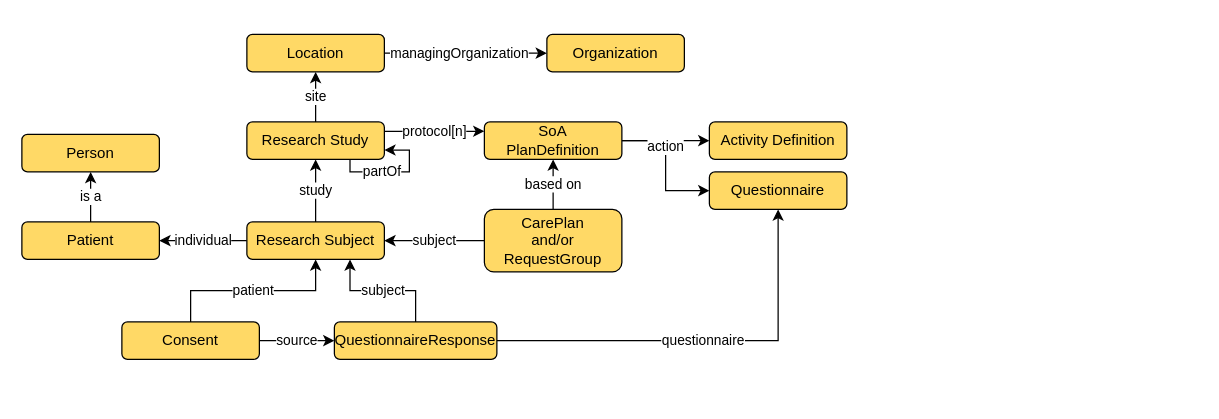
Above: input/models/OverView.drawio in alpivonka/FHIR-ClinicalTrial-Examples (draw.io), before the change. Source tidied: cells renumbered, new cells numbered last; positions are measured from the earlier drawing's top-left corner, leaving out a move shared by most shapes. Both pictures are drawn from the tidied source at 125%, with x=0, y=0 at pixel (21, 34).
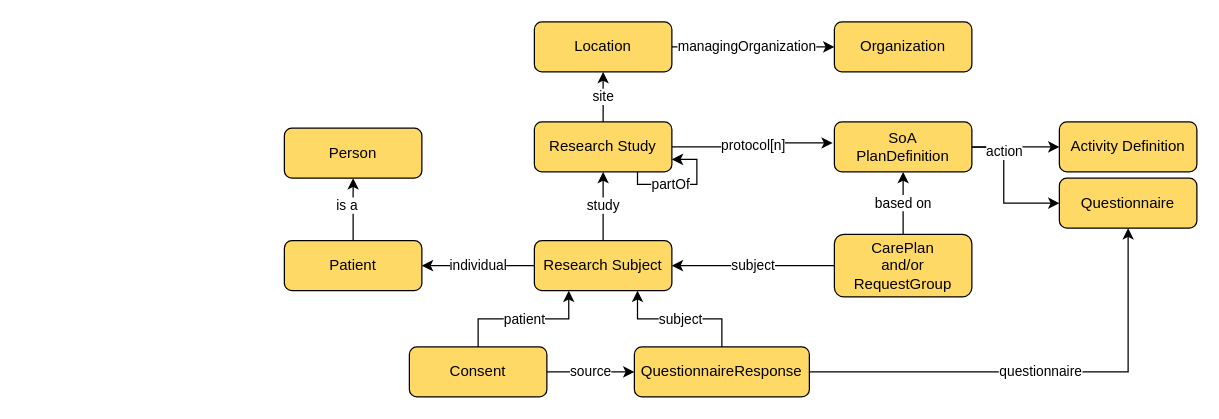
The same diagram, later.

The edit, as a diff of the source:
```diff
@@
     <mxCell id="3" value="Location" style="rounded=1;whiteSpace=wrap;html=1;fillColor=#FFD966;" parent="1" vertex="1">
-      <mxGeometry x="180" width="110" height="30" as="geometry" />
+      <mxGeometry x="410" y="-10" width="110" height="40" as="geometry" />
     </mxCell>
     <mxCell id="4" value="Organization" style="rounded=1;whiteSpace=wrap;html=1;fillColor=#FFD966;" parent="1" vertex="1">
-      <mxGeometry x="420" width="110" height="30" as="geometry" />
+      <mxGeometry x="650" y="-10" width="110" height="40" as="geometry" />
     </mxCell>
@@
     <mxCell id="6" value="partOf" style="edgeStyle=orthogonalEdgeStyle;rounded=0;orthogonalLoop=1;jettySize=auto;html=1;exitX=0.75;exitY=1;exitDx=0;exitDy=0;entryX=1;entryY=0.75;entryDx=0;entryDy=0;fillColor=#FFD966;" parent="1" edge="1" source="8" target="8">
       <mxGeometry x="-0.27" relative="1" as="geometry">
         <Array as="points">
-          <mxPoint x="263" y="110" />
-          <mxPoint x="310" y="110" />
-          <mxPoint x="310" y="93" />
-          <mxPoint x="290" y="93" />
+          <mxPoint x="493" y="120" />
+          <mxPoint x="540" y="120" />
+          <mxPoint x="540" y="100" />
         </Array>
       </mxGeometry>
     </mxCell>
-    <mxCell id="7" value="protocol[n]" style="edgeStyle=orthogonalEdgeStyle;rounded=0;jettySize=auto;html=1;exitX=1;exitY=0.25;exitDx=0;exitDy=0;entryX=0;entryY=0.25;entryDx=0;entryDy=0;fillColor=#FFD966;" parent="1" edge="1" source="8" target="14">
+    <mxCell id="7" value="protocol[n]" style="edgeStyle=orthogonalEdgeStyle;rounded=0;jettySize=auto;html=1;entryX=-0.012;entryY=0.422;entryDx=0;entryDy=0;fillColor=#FFD966;entryPerimeter=0;" parent="1" edge="1" source="8" target="14">
       <mxGeometry relative="1" as="geometry" />
     </mxCell>
-    <mxCell id="8" value="Research Study" style="rounded=1;whiteSpace=wrap;html=1;fillColor=#FFD966;" parent="1" vertex="1">
-      <mxGeometry x="180" y="70" width="110" height="30" as="geometry" />
-    </mxCell>
-    <mxCell id="9" value="study" style="edgeStyle=orthogonalEdgeStyle;rounded=0;jettySize=auto;html=1;entryX=0.5;entryY=1;entryDx=0;entryDy=0;fillColor=#FFD966;" parent="1" edge="1" source="11" target="8">
+    <mxCell id="9" value="study" style="edgeStyle=orthogonalEdgeStyle;rounded=0;jettySize=auto;html=1;fillColor=#FFD966;" parent="1" edge="1" source="11" target="8">
       <mxGeometry relative="1" as="geometry" />
     </mxCell>
@@
     <mxCell id="11" value="Research Subject" style="rounded=1;whiteSpace=wrap;html=1;fillColor=#FFD966;" parent="1" vertex="1">
-      <mxGeometry x="180" y="150" width="110" height="30" as="geometry" />
+      <mxGeometry x="410" y="165" width="110" height="40" as="geometry" />
     </mxCell>
-    <mxCell id="12" style="edgeStyle=orthogonalEdgeStyle;rounded=0;jettySize=auto;html=1;entryX=0;entryY=0.5;entryDx=0;entryDy=0;fillColor=#FFD966;" parent="1" edge="1" source="14" target="15">
+    <mxCell id="12" style="edgeStyle=orthogonalEdgeStyle;rounded=0;jettySize=auto;html=1;entryX=0;entryY=0.5;entryDx=0;entryDy=0;fillColor=#FFD966;exitX=1;exitY=0.5;exitDx=0;exitDy=0;" parent="1" edge="1" source="14" target="15">
       <mxGeometry relative="1" as="geometry" />
     </mxCell>
-    <mxCell id="13" value="action" style="edgeStyle=orthogonalEdgeStyle;rounded=0;jettySize=auto;html=1;exitX=1;exitY=0.5;exitDx=0;exitDy=0;entryX=0;entryY=0.5;entryDx=0;entryDy=0;fillColor=#FFD966;" parent="1" edge="1" source="14" target="16">
-      <mxGeometry x="-0.27" relative="1" as="geometry" />
+    <mxCell id="13" value="action" style="edgeStyle=orthogonalEdgeStyle;rounded=0;jettySize=auto;html=1;entryX=0;entryY=0.5;entryDx=0;entryDy=0;fillColor=#FFD966;" parent="1" edge="1" target="16">
+      <mxGeometry x="-0.27" relative="1" as="geometry">
+        <mxPoint x="740" y="90" as="sourcePoint" />
+      </mxGeometry>
     </mxCell>
-    <mxCell id="14" value="SoA&lt;br&gt;PlanDefinition" style="rounded=1;whiteSpace=wrap;html=1;fillColor=#FFD966;" parent="1" vertex="1">
-      <mxGeometry x="370" y="70" width="110" height="30" as="geometry" />
-    </mxCell>
     <mxCell id="15" value="Activity Definition" style="rounded=1;whiteSpace=wrap;html=1;fillColor=#FFD966;" parent="1" vertex="1">
-      <mxGeometry x="550" y="70" width="110" height="30" as="geometry" />
+      <mxGeometry x="830" y="70" width="110" height="40" as="geometry" />
     </mxCell>
     <mxCell id="16" value="Questionnaire" style="rounded=1;whiteSpace=wrap;html=1;fillColor=#FFD966;" parent="1" vertex="1">
-      <mxGeometry x="550" y="110" width="110" height="30" as="geometry" />
+      <mxGeometry x="830" y="115" width="110" height="40" as="geometry" />
     </mxCell>
@@
     <mxCell id="19" value="CarePlan&lt;br&gt;and/or&lt;br&gt;RequestGroup" style="rounded=1;whiteSpace=wrap;html=1;fillColor=#FFD966;" parent="1" vertex="1">
-      <mxGeometry x="370" y="140" width="110" height="50" as="geometry" />
+      <mxGeometry x="650" y="160" width="110" height="50" as="geometry" />
     </mxCell>
@@
     <mxCell id="22" value="QuestionnaireResponse" style="rounded=1;whiteSpace=wrap;html=1;fillColor=#FFD966;" parent="1" vertex="1">
-      <mxGeometry x="250" y="230" width="130" height="30" as="geometry" />
+      <mxGeometry x="490" y="250" width="140" height="40" as="geometry" />
     </mxCell>
-    <mxCell id="23" value="patient" style="edgeStyle=orthogonalEdgeStyle;rounded=0;jettySize=auto;html=1;fillColor=#FFD966;" parent="1" edge="1" source="25" target="11">
+    <mxCell id="23" value="patient" style="edgeStyle=orthogonalEdgeStyle;rounded=0;jettySize=auto;html=1;fillColor=#FFD966;entryX=0.25;entryY=1;entryDx=0;entryDy=0;" parent="1" edge="1" source="25" target="11">
       <mxGeometry relative="1" as="geometry" />
     </mxCell>
@@
     <mxCell id="25" value="Consent" style="rounded=1;whiteSpace=wrap;html=1;fillColor=#FFD966;" parent="1" vertex="1">
-      <mxGeometry x="80" y="230" width="110" height="30" as="geometry" />
+      <mxGeometry x="310" y="250" width="110" height="40" as="geometry" />
     </mxCell>
-    <mxCell id="26" value="is a" style="edgeStyle=orthogonalEdgeStyle;rounded=0;jettySize=auto;html=1;entryX=0.5;entryY=1;entryDx=0;entryDy=0;fillColor=#FFD966;" parent="1" edge="1" source="27" target="28">
-      <mxGeometry relative="1" as="geometry" />
+    <mxCell id="26" value="is a" style="edgeStyle=orthogonalEdgeStyle;rounded=0;jettySize=auto;html=1;fillColor=#FFD966;" parent="1" edge="1" source="27" target="28">
+      <mxGeometry x="0.11" y="5" relative="1" as="geometry" />
     </mxCell>
     <mxCell id="27" value="Patient" style="rounded=1;whiteSpace=wrap;html=1;fillColor=#FFD966;" parent="1" vertex="1">
-      <mxGeometry y="150" width="110" height="30" as="geometry" />
+      <mxGeometry x="210" y="165" width="110" height="40" as="geometry" />
     </mxCell>
     <mxCell id="28" value="Person" style="rounded=1;whiteSpace=wrap;html=1;fillColor=#FFD966;" parent="1" vertex="1">
-      <mxGeometry y="80" width="110" height="30" as="geometry" />
+      <mxGeometry x="210" y="75" width="110" height="40" as="geometry" />
     </mxCell>
+    <mxCell id="8" value="Research Study" style="rounded=1;whiteSpace=wrap;html=1;fillColor=#FFD966;" parent="1" vertex="1">
+      <mxGeometry x="410" y="70" width="110" height="40" as="geometry" />
+    </mxCell>
+    <mxCell id="14" value="SoA&lt;br&gt;PlanDefinition" style="rounded=1;whiteSpace=wrap;html=1;fillColor=#FFD966;" parent="1" vertex="1">
+      <mxGeometry x="650" y="70" width="110" height="40" as="geometry" />
+    </mxCell>
```
